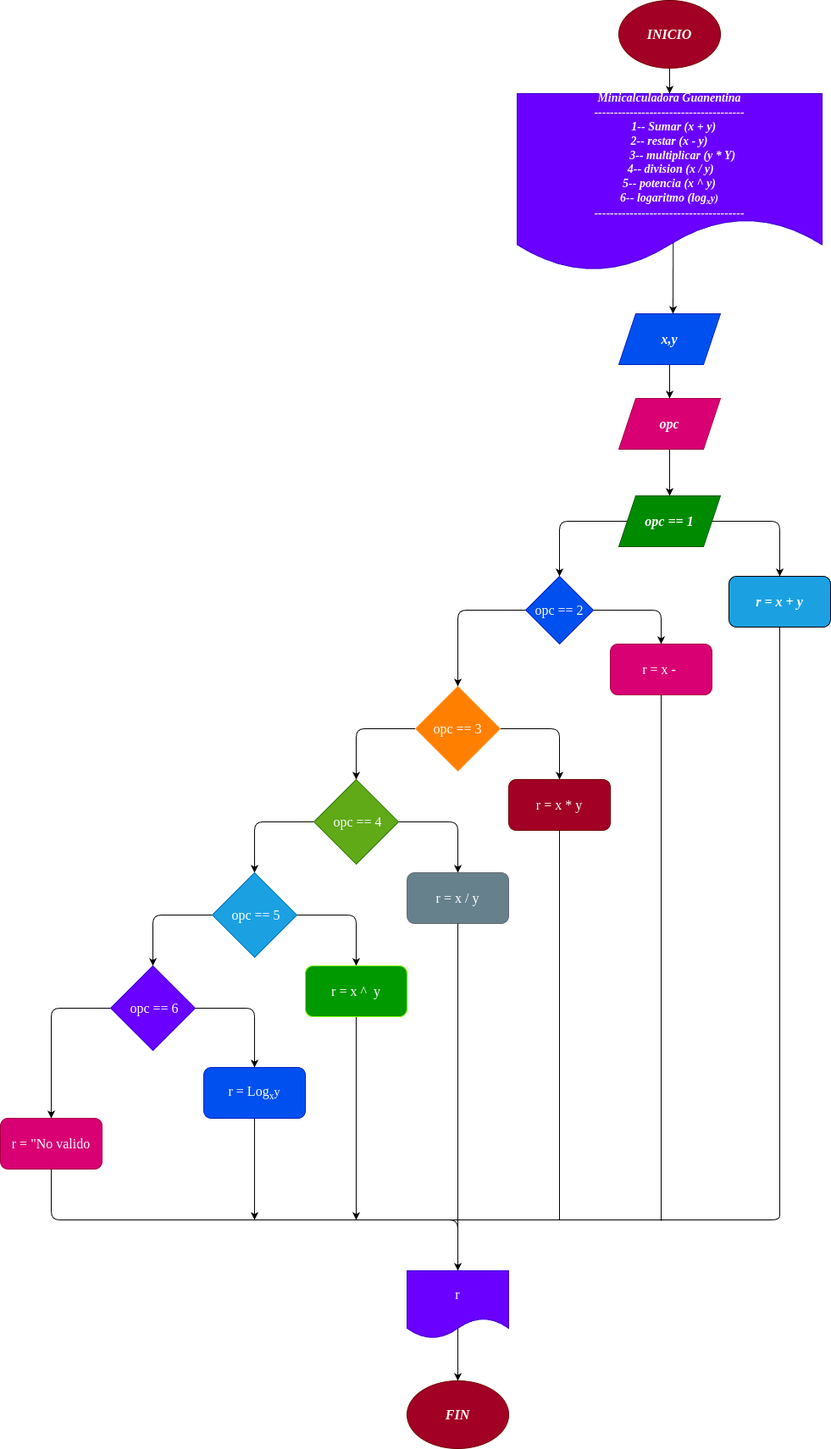
Earlier version of the draw.io export diagrama.png (lesly500/Miniculadora-guanentina). Source tidied: cells renumbered, new cells last; positions are measured from the earlier drawing's top-left corner, leaving out a move shared by most shapes. Its diagram source:
```xml
<mxGraphModel>
  <root>
    <mxCell id="0" />
    <mxCell id="1" parent="0" />
    <mxCell id="2" style="edgeStyle=none;html=1;" parent="1" edge="1" source="3" target="5">
      <mxGeometry relative="1" as="geometry" />
    </mxCell>
    <mxCell id="3" value="INICIO" style="ellipse;whiteSpace=wrap;html=1;fontFamily=Lucida Console;fontStyle=3;fontSize=16;fillColor=#a20025;fontColor=#ffffff;strokeColor=#6F0000;" parent="1" vertex="1">
      <mxGeometry x="730" width="120" height="80" as="geometry" />
    </mxCell>
    <mxCell id="4" style="edgeStyle=none;html=1;fontFamily=Lucida Console;fontSize=14;fontColor=#F5F5F5;exitX=0.512;exitY=0.81;exitDx=0;exitDy=0;exitPerimeter=0;" parent="1" edge="1" source="5" target="7">
      <mxGeometry relative="1" as="geometry">
        <Array as="points">
          <mxPoint x="794" y="370" />
        </Array>
      </mxGeometry>
    </mxCell>
    <mxCell id="5" value="Minicalculadora Guanentina&lt;br&gt;--------------------------------------&lt;br&gt;&amp;nbsp; &amp;nbsp;1-- Sumar (x + y)&lt;br&gt;2-- restar (x - y)&lt;br&gt;&amp;nbsp; &amp;nbsp; &amp;nbsp; &amp;nbsp; &amp;nbsp;3-- multiplicar (y * Y)&lt;br&gt;&amp;nbsp;4-- division (x / y)&lt;br&gt;5-- potencia (x ^ y)&lt;br&gt;6-- logaritmo (log&lt;span style=&quot;font-size: 11.6667px;&quot;&gt;&lt;sub&gt;x&lt;/sub&gt;y)&lt;br&gt;&lt;/span&gt;--------------------------------------" style="shape=document;whiteSpace=wrap;html=1;boundedLbl=1;fontFamily=Lucida Console;fontSize=14;fontStyle=3;fillColor=#6a00ff;fontColor=#ffffff;strokeColor=#3700CC;" parent="1" vertex="1">
      <mxGeometry x="610" y="110" width="360" height="210" as="geometry" />
    </mxCell>
    <mxCell id="6" style="edgeStyle=none;html=1;" parent="1" edge="1" source="7" target="9">
      <mxGeometry relative="1" as="geometry" />
    </mxCell>
    <mxCell id="7" value="&lt;font style=&quot;font-size: 16px;&quot;&gt;x,y&lt;/font&gt;" style="shape=parallelogram;perimeter=parallelogramPerimeter;whiteSpace=wrap;html=1;fixedSize=1;fontSize=14;fontFamily=Lucida Console;fontStyle=3;fillColor=#0050ef;strokeColor=#001DBC;fontColor=#ffffff;" parent="1" vertex="1">
      <mxGeometry x="730" y="370" width="120" height="60" as="geometry" />
    </mxCell>
    <mxCell id="8" style="edgeStyle=none;html=1;fontFamily=Lucida Console;fontSize=16;fontColor=#F5F5F5;" parent="1" edge="1" source="9" target="12">
      <mxGeometry relative="1" as="geometry" />
    </mxCell>
    <mxCell id="9" value="opc" style="shape=parallelogram;perimeter=parallelogramPerimeter;whiteSpace=wrap;html=1;fixedSize=1;fontSize=16;fontStyle=3;fontFamily=Lucida Console;fillColor=#d80073;fontColor=#ffffff;strokeColor=#A50040;" parent="1" vertex="1">
      <mxGeometry x="730" y="470" width="120" height="60" as="geometry" />
    </mxCell>
    <mxCell id="10" style="edgeStyle=none;html=1;fontFamily=Lucida Console;fontSize=16;fontColor=#F5F5F5;" parent="1" edge="1" source="12">
      <mxGeometry relative="1" as="geometry">
        <mxPoint x="920" y="680" as="targetPoint" />
        <Array as="points">
          <mxPoint x="920" y="615" />
        </Array>
      </mxGeometry>
    </mxCell>
    <mxCell id="11" style="edgeStyle=none;html=1;fontFamily=Lucida Console;fontSize=16;fontColor=#F5F5F5;" parent="1" edge="1" source="12">
      <mxGeometry relative="1" as="geometry">
        <mxPoint x="660" y="680" as="targetPoint" />
        <Array as="points">
          <mxPoint x="660" y="615" />
        </Array>
      </mxGeometry>
    </mxCell>
    <mxCell id="12" value="opc == 1" style="shape=parallelogram;perimeter=parallelogramPerimeter;whiteSpace=wrap;html=1;fixedSize=1;fontSize=16;fontStyle=3;fontFamily=Lucida Console;fillColor=#008a00;fontColor=#ffffff;strokeColor=#005700;" parent="1" vertex="1">
      <mxGeometry x="730" y="585" width="120" height="60" as="geometry" />
    </mxCell>
    <mxCell id="13" value="&lt;span style=&quot;&quot;&gt;r = x + y&lt;/span&gt;" style="rounded=1;html=1;labelBackgroundColor=none;fontFamily=Lucida Console;fontSize=16;fontColor=#ffffff;fontStyle=3;fillColor=#1ba1e2;strokeColor=default;whiteSpace=wrap;" parent="1" vertex="1">
      <mxGeometry x="860" y="680" width="120" height="60" as="geometry" />
    </mxCell>
    <mxCell id="14" style="edgeStyle=none;html=1;fontFamily=Lucida Console;fontSize=16;fontColor=#F5F5F5;" parent="1" edge="1" source="16" target="19">
      <mxGeometry relative="1" as="geometry">
        <Array as="points">
          <mxPoint x="540" y="720" />
        </Array>
      </mxGeometry>
    </mxCell>
    <mxCell id="15" style="edgeStyle=none;html=1;fontFamily=Lucida Console;fontSize=16;fontColor=#F5F5F5;" parent="1" edge="1" source="16" target="20">
      <mxGeometry relative="1" as="geometry">
        <Array as="points">
          <mxPoint x="780" y="720" />
        </Array>
      </mxGeometry>
    </mxCell>
    <mxCell id="16" value="opc == 2" style="rhombus;whiteSpace=wrap;html=1;labelBackgroundColor=none;fontFamily=Lucida Console;fontSize=16;fontColor=#ffffff;fillColor=#0050ef;strokeColor=#001DBC;" parent="1" vertex="1">
      <mxGeometry x="620" y="680" width="80" height="80" as="geometry" />
    </mxCell>
    <mxCell id="17" style="edgeStyle=none;html=1;fontFamily=Lucida Console;fontSize=16;fontColor=#F5F5F5;" parent="1" edge="1" source="19" target="21">
      <mxGeometry relative="1" as="geometry">
        <Array as="points">
          <mxPoint x="660" y="860" />
        </Array>
      </mxGeometry>
    </mxCell>
    <mxCell id="18" style="edgeStyle=none;html=1;fontFamily=Lucida Console;fontSize=16;fontColor=#F5F5F5;" parent="1" edge="1" source="19" target="24">
      <mxGeometry relative="1" as="geometry">
        <Array as="points">
          <mxPoint x="420" y="860" />
        </Array>
      </mxGeometry>
    </mxCell>
    <mxCell id="19" value="opc == 3" style="rhombus;whiteSpace=wrap;html=1;labelBackgroundColor=none;fontFamily=Lucida Console;fontSize=16;fontColor=#ffffff;fillColor=#FF8000;strokeColor=#FF9933;" parent="1" vertex="1">
      <mxGeometry x="490" y="810" width="100" height="100" as="geometry" />
    </mxCell>
    <mxCell id="20" value="r = x -&amp;nbsp;" style="rounded=1;whiteSpace=wrap;html=1;fontSize=16;fontFamily=Lucida Console;fontColor=#ffffff;labelBackgroundColor=none;fillColor=#d80073;strokeColor=#A50040;" parent="1" vertex="1">
      <mxGeometry x="720" y="760" width="120" height="60" as="geometry" />
    </mxCell>
    <mxCell id="21" value="r = x * y" style="rounded=1;whiteSpace=wrap;html=1;fontSize=16;fontFamily=Lucida Console;fontColor=#ffffff;labelBackgroundColor=none;fillColor=#a20025;strokeColor=#6F0000;" parent="1" vertex="1">
      <mxGeometry x="600" y="920" width="120" height="60" as="geometry" />
    </mxCell>
    <mxCell id="22" style="edgeStyle=none;html=1;fontFamily=Lucida Console;fontSize=16;fontColor=#F5F5F5;" parent="1" edge="1" source="24" target="25">
      <mxGeometry relative="1" as="geometry">
        <Array as="points">
          <mxPoint x="540" y="970" />
        </Array>
      </mxGeometry>
    </mxCell>
    <mxCell id="23" style="edgeStyle=none;html=1;fontFamily=Lucida Console;fontSize=16;fontColor=#F5F5F5;" parent="1" edge="1" source="24" target="28">
      <mxGeometry relative="1" as="geometry">
        <Array as="points">
          <mxPoint x="300" y="970" />
        </Array>
      </mxGeometry>
    </mxCell>
    <mxCell id="24" value="&amp;nbsp;opc == 4" style="rhombus;whiteSpace=wrap;html=1;fontSize=16;fontFamily=Lucida Console;fontColor=#ffffff;labelBackgroundColor=none;fillColor=#60a917;strokeColor=#2D7600;" parent="1" vertex="1">
      <mxGeometry x="370" y="920" width="100" height="100" as="geometry" />
    </mxCell>
    <mxCell id="25" value="r = x / y" style="rounded=1;whiteSpace=wrap;html=1;fontSize=16;fontFamily=Lucida Console;fontColor=#ffffff;labelBackgroundColor=none;fillColor=#67818C;strokeColor=#61686E;" parent="1" vertex="1">
      <mxGeometry x="480" y="1030" width="120" height="60" as="geometry" />
    </mxCell>
    <mxCell id="26" style="edgeStyle=none;html=1;fontFamily=Lucida Console;fontSize=16;fontColor=#F5F5F5;" parent="1" edge="1" source="28" target="30">
      <mxGeometry relative="1" as="geometry">
        <Array as="points">
          <mxPoint x="420" y="1080" />
        </Array>
      </mxGeometry>
    </mxCell>
    <mxCell id="27" style="edgeStyle=none;html=1;fontFamily=Lucida Console;fontSize=16;fontColor=#F5F5F5;" parent="1" edge="1" source="28" target="33">
      <mxGeometry relative="1" as="geometry">
        <Array as="points">
          <mxPoint x="180" y="1080" />
        </Array>
      </mxGeometry>
    </mxCell>
    <mxCell id="28" value="&amp;nbsp;opc == 5" style="rhombus;whiteSpace=wrap;html=1;fontSize=16;fontFamily=Lucida Console;fontColor=#ffffff;labelBackgroundColor=none;fillColor=#1ba1e2;strokeColor=#006EAF;" parent="1" vertex="1">
      <mxGeometry x="250" y="1030" width="100" height="100" as="geometry" />
    </mxCell>
    <mxCell id="29" style="edgeStyle=none;html=1;fontFamily=Lucida Console;fontSize=14;fontColor=#F5F5F5;" parent="1" edge="1" source="30">
      <mxGeometry relative="1" as="geometry">
        <mxPoint x="420" y="1440" as="targetPoint" />
        <Array as="points">
          <mxPoint x="420" y="1420" />
        </Array>
      </mxGeometry>
    </mxCell>
    <mxCell id="30" value="r = x&amp;nbsp;^&amp;nbsp; y" style="rounded=1;whiteSpace=wrap;html=1;fontSize=16;fontFamily=Lucida Console;fontColor=#ffffff;labelBackgroundColor=none;fillColor=#009900;strokeColor=#80FF00;" parent="1" vertex="1">
      <mxGeometry x="360" y="1140" width="120" height="60" as="geometry" />
    </mxCell>
    <mxCell id="31" style="edgeStyle=none;html=1;fontFamily=Lucida Console;fontSize=16;fontColor=#F5F5F5;" parent="1" edge="1" source="33" target="37">
      <mxGeometry relative="1" as="geometry">
        <Array as="points">
          <mxPoint x="300" y="1190" />
        </Array>
      </mxGeometry>
    </mxCell>
    <mxCell id="32" style="edgeStyle=none;html=1;fontFamily=Lucida Console;fontSize=14;fontColor=#F5F5F5;" parent="1" edge="1" source="33" target="36">
      <mxGeometry relative="1" as="geometry">
        <Array as="points">
          <mxPoint x="60" y="1190" />
        </Array>
      </mxGeometry>
    </mxCell>
    <mxCell id="33" value="&amp;nbsp;opc == 6" style="rhombus;whiteSpace=wrap;html=1;fontSize=16;fontFamily=Lucida Console;fontColor=#ffffff;labelBackgroundColor=none;fillColor=#6a00ff;strokeColor=#3700CC;" parent="1" vertex="1">
      <mxGeometry x="130" y="1140" width="100" height="100" as="geometry" />
    </mxCell>
    <mxCell id="34" style="html=1;fontFamily=Lucida Console;fontSize=14;fontColor=#F5F5F5;" parent="1" edge="1" source="37">
      <mxGeometry relative="1" as="geometry">
        <mxPoint x="300" y="1440" as="targetPoint" />
      </mxGeometry>
    </mxCell>
    <mxCell id="35" style="edgeStyle=none;html=1;fontFamily=Lucida Console;fontSize=14;fontColor=#F5F5F5;" parent="1" edge="1" source="36">
      <mxGeometry relative="1" as="geometry">
        <mxPoint x="540" y="1500" as="targetPoint" />
        <Array as="points">
          <mxPoint x="60" y="1440" />
          <mxPoint x="540" y="1440" />
        </Array>
      </mxGeometry>
    </mxCell>
    <mxCell id="36" value="r = &quot;No valido" style="rounded=1;whiteSpace=wrap;html=1;fontSize=16;fontFamily=Lucida Console;fontColor=#ffffff;labelBackgroundColor=none;fillColor=#d80073;strokeColor=#A50040;" parent="1" vertex="1">
      <mxGeometry y="1320" width="120" height="60" as="geometry" />
    </mxCell>
    <mxCell id="37" value="r = Log&lt;span style=&quot;font-size: 14px;&quot;&gt;&lt;sub&gt;x&lt;/sub&gt;y&lt;/span&gt;" style="rounded=1;whiteSpace=wrap;html=1;fontSize=16;fontFamily=Lucida Console;fontColor=#ffffff;labelBackgroundColor=none;fillColor=#0050ef;strokeColor=#001DBC;" parent="1" vertex="1">
      <mxGeometry x="240" y="1260" width="120" height="60" as="geometry" />
    </mxCell>
    <mxCell id="38" style="endArrow=none;html=1;fontFamily=Lucida Console;fontSize=14;fontColor=#F5F5F5;entryX=0.5;entryY=1;entryDx=0;entryDy=0;" parent="1" edge="1" target="13">
      <mxGeometry relative="1" as="geometry">
        <mxPoint x="514" y="1440" as="sourcePoint" />
        <Array as="points">
          <mxPoint x="920" y="1440" />
          <mxPoint x="920" y="1430" />
          <mxPoint x="920" y="830" />
        </Array>
      </mxGeometry>
    </mxCell>
    <mxCell id="39" style="endArrow=none;html=1;fontFamily=Lucida Console;fontSize=14;fontColor=#F5F5F5;entryX=0.5;entryY=1;entryDx=0;entryDy=0;" parent="1" edge="1" target="20">
      <mxGeometry relative="1" as="geometry">
        <mxPoint x="780" y="1441" as="sourcePoint" />
        <Array as="points">
          <mxPoint x="780" y="920" />
        </Array>
      </mxGeometry>
    </mxCell>
    <mxCell id="40" style="endArrow=none;html=1;fontFamily=Lucida Console;fontSize=14;fontColor=#F5F5F5;entryX=0.5;entryY=1;entryDx=0;entryDy=0;" parent="1" edge="1" target="25">
      <mxGeometry relative="1" as="geometry">
        <mxPoint x="540" y="1450" as="sourcePoint" />
      </mxGeometry>
    </mxCell>
    <mxCell id="41" style="endArrow=none;html=1;fontFamily=Lucida Console;fontSize=14;fontColor=#F5F5F5;entryX=0.5;entryY=1;entryDx=0;entryDy=0;" parent="1" edge="1" target="21">
      <mxGeometry relative="1" as="geometry">
        <mxPoint x="660" y="1440" as="sourcePoint" />
        <Array as="points">
          <mxPoint x="660" y="1080" />
        </Array>
      </mxGeometry>
    </mxCell>
    <mxCell id="42" style="edgeStyle=none;html=1;fontFamily=Lucida Console;fontSize=16;fontColor=#F5F5F5;" parent="1" edge="1" target="44">
      <mxGeometry relative="1" as="geometry">
        <mxPoint x="540" y="1560" as="sourcePoint" />
      </mxGeometry>
    </mxCell>
    <mxCell id="43" value="&lt;font style=&quot;font-size: 16px;&quot;&gt;r&lt;/font&gt;" style="shape=document;whiteSpace=wrap;html=1;boundedLbl=1;labelBackgroundColor=none;fontFamily=Lucida Console;fontSize=14;fontColor=#ffffff;fillColor=#6a00ff;strokeColor=#3700CC;" parent="1" vertex="1">
      <mxGeometry x="480" y="1500" width="120" height="80" as="geometry" />
    </mxCell>
    <mxCell id="44" value="&lt;b&gt;&lt;i&gt;FIN&lt;/i&gt;&lt;/b&gt;" style="ellipse;whiteSpace=wrap;html=1;labelBackgroundColor=none;fontFamily=Lucida Console;fontSize=16;fontColor=#ffffff;fillColor=#a20025;strokeColor=#6F0000;" parent="1" vertex="1">
      <mxGeometry x="480" y="1630" width="120" height="80" as="geometry" />
    </mxCell>
  </root>
</mxGraphModel>
```
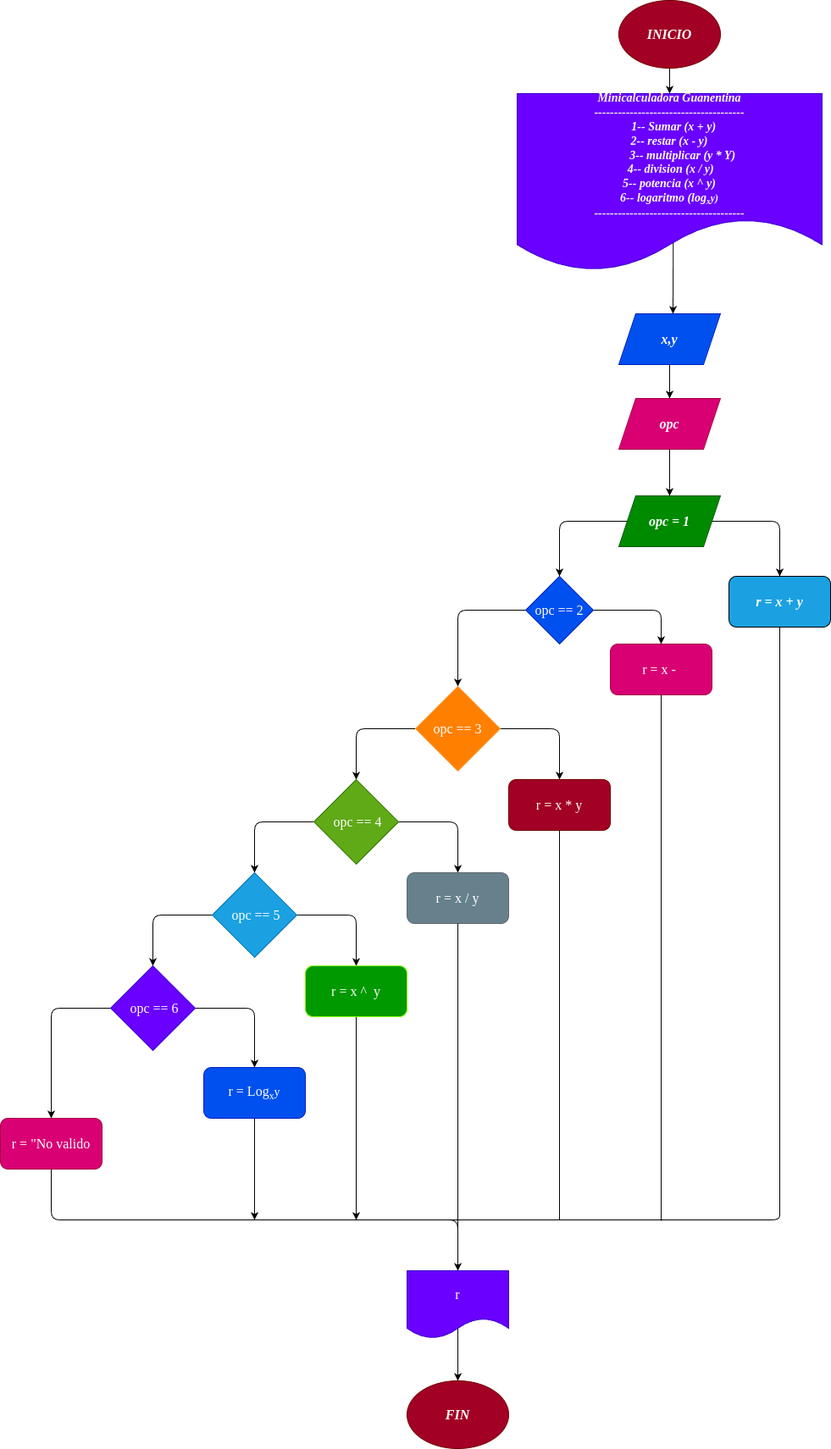
After the change.

The edit, as a diff of the source:
```diff
@@ -46,7 +46,7 @@
         </Array>
       </mxGeometry>
     </mxCell>
-    <mxCell id="12" value="opc == 1" style="shape=parallelogram;perimeter=parallelogramPerimeter;whiteSpace=wrap;html=1;fixedSize=1;fontSize=16;fontStyle=3;fontFamily=Lucida Console;fillColor=#008a00;fontColor=#ffffff;strokeColor=#005700;" parent="1" vertex="1">
+    <mxCell id="12" value="opc = 1" style="shape=parallelogram;perimeter=parallelogramPerimeter;whiteSpace=wrap;html=1;fixedSize=1;fontSize=16;fontStyle=3;fontFamily=Lucida Console;fillColor=#008a00;fontColor=#ffffff;strokeColor=#005700;" parent="1" vertex="1">
       <mxGeometry x="730" y="585" width="120" height="60" as="geometry" />
     </mxCell>
     <mxCell id="13" value="&lt;span style=&quot;&quot;&gt;r = x + y&lt;/span&gt;" style="rounded=1;html=1;labelBackgroundColor=none;fontFamily=Lucida Console;fontSize=16;fontColor=#ffffff;fontStyle=3;fillColor=#1ba1e2;strokeColor=default;whiteSpace=wrap;" parent="1" vertex="1">
```
